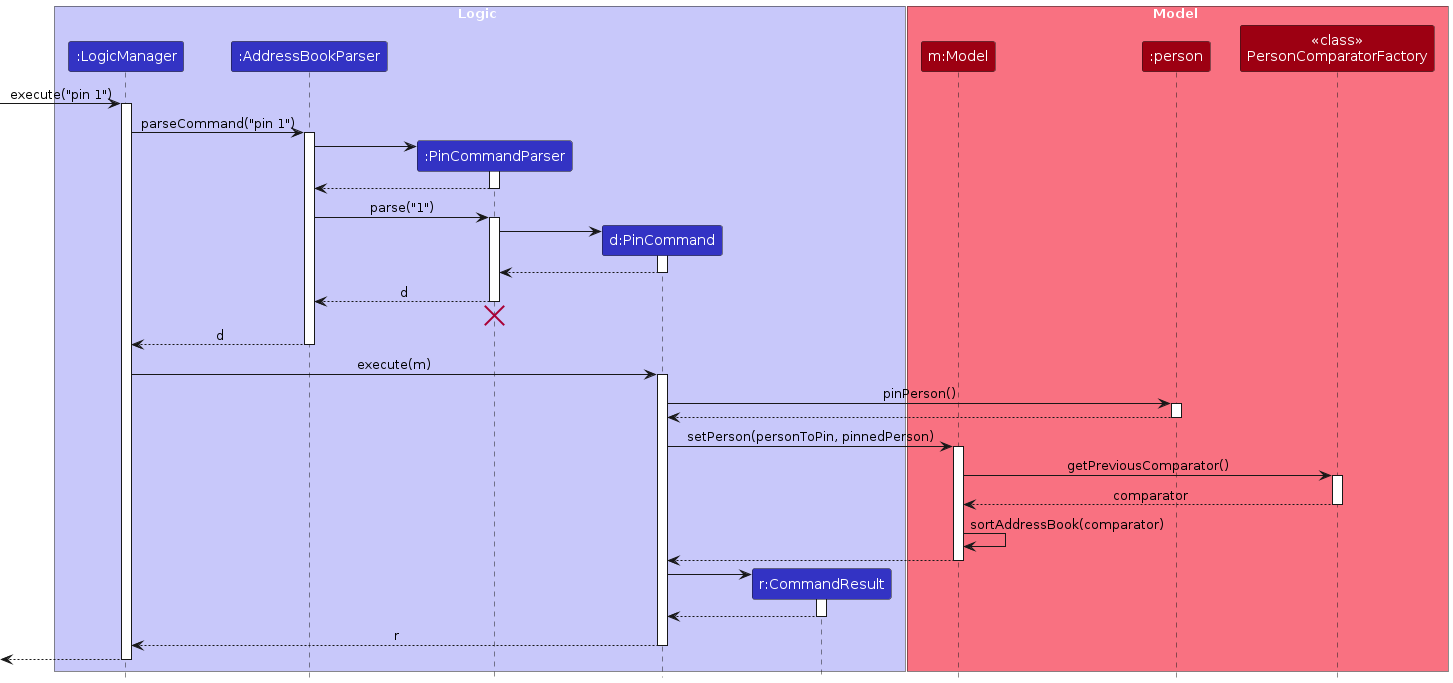
Earlier version of the PlantUML export diagrams/PinSequenceDiagram.png (AY2627S1-CS2103T-T13-1/tp). Its source is kept beside it as diagrams/PinSequenceDiagram.puml. Its diagram source:
```plantuml
@startuml
!include style.puml
skinparam ArrowFontStyle plain

box Logic LOGIC_COLOR_T1
participant ":LogicManager" as LogicManager LOGIC_COLOR
participant ":AddressBookParser" as AddressBookParser LOGIC_COLOR
participant ":PinCommandParser" as PinCommandParser LOGIC_COLOR
participant "d:PinCommand" as PinCommand LOGIC_COLOR
participant "r:CommandResult" as CommandResult LOGIC_COLOR
end box

box Model MODEL_COLOR_T1
participant "m:Model" as Model MODEL_COLOR
participant ":person" as Person MODEL_COLOR
participant "<<class>>\nPersonComparatorFactory" as PersonComparatorFactory MODEL_COLOR
end box

[-> LogicManager : execute("pin 1")
activate LogicManager

LogicManager -> AddressBookParser : parseCommand("pin 1")
activate AddressBookParser

create PinCommandParser
AddressBookParser -> PinCommandParser
activate PinCommandParser

PinCommandParser --> AddressBookParser
deactivate PinCommandParser

AddressBookParser -> PinCommandParser : parse("1")
activate PinCommandParser

create PinCommand
PinCommandParser -> PinCommand
activate PinCommand

PinCommand --> PinCommandParser :
deactivate PinCommand

PinCommandParser --> AddressBookParser : d
deactivate PinCommandParser
PinCommandParser -[hidden]-> AddressBookParser
destroy PinCommandParser

AddressBookParser --> LogicManager : d
deactivate AddressBookParser

LogicManager -> PinCommand : execute(m)
activate PinCommand

PinCommand -> Person : pinPerson()
activate Person
Person --> PinCommand
deactivate Person

PinCommand -> Model : setPerson(personToPin, pinnedPerson)
activate Model
Model -> PersonComparatorFactory : getPreviousComparator()
activate PersonComparatorFactory
PersonComparatorFactory --> Model : comparator
deactivate PersonComparatorFactory
Model -> Model : sortAddressBook(comparator)
Model --> PinCommand
deactivate Model


create CommandResult
PinCommand -> CommandResult
activate CommandResult

CommandResult --> PinCommand
deactivate CommandResult

PinCommand --> LogicManager : r
deactivate PinCommand

[<--LogicManager
deactivate LogicManager
@enduml
```
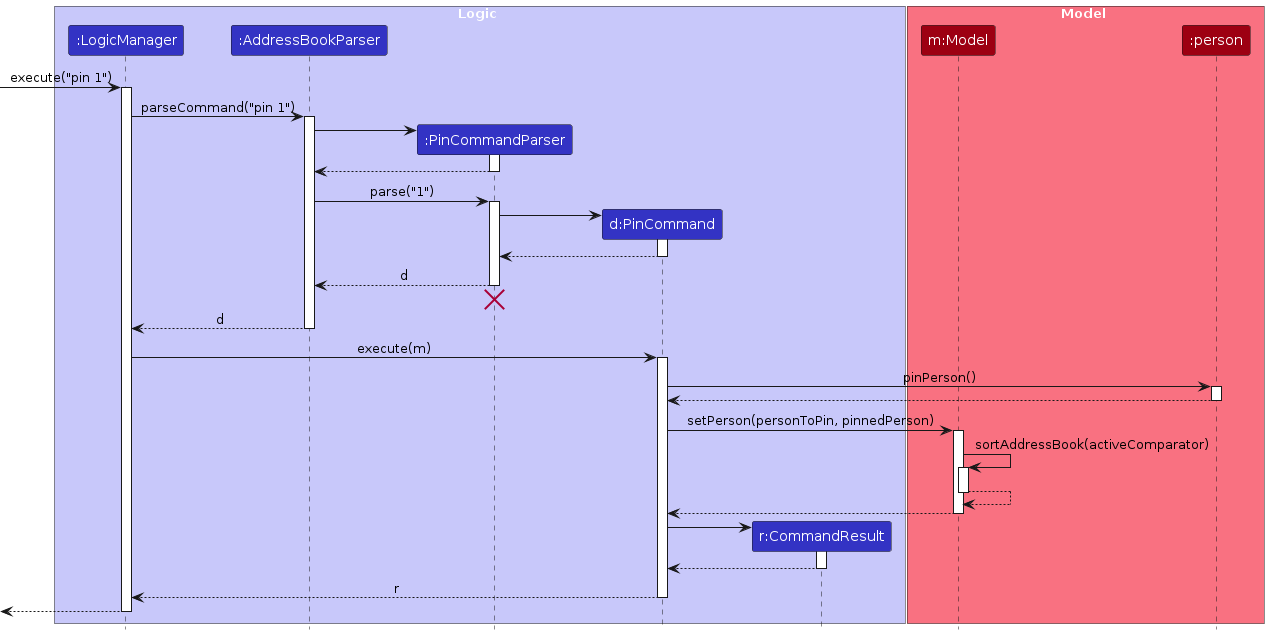
After the commit.

Diff of the diagram source:
```diff
@@ -13,7 +13,6 @@
 box Model MODEL_COLOR_T1
 participant "m:Model" as Model MODEL_COLOR
 participant ":person" as Person MODEL_COLOR
-participant "<<class>>\nPersonComparatorFactory" as PersonComparatorFactory MODEL_COLOR
 end box
 
 [-> LogicManager : execute("pin 1")
@@ -57,14 +56,12 @@
 
 PinCommand -> Model : setPerson(personToPin, pinnedPerson)
 activate Model
-Model -> PersonComparatorFactory : getPreviousComparator()
-activate PersonComparatorFactory
-PersonComparatorFactory --> Model : comparator
-deactivate PersonComparatorFactory
-Model -> Model : sortAddressBook(comparator)
+Model -> Model : sortAddressBook(activeComparator)
+activate Model
+Model --> Model
+deactivate Model
 Model --> PinCommand
 deactivate Model
-
 
 create CommandResult
 PinCommand -> CommandResult
```
